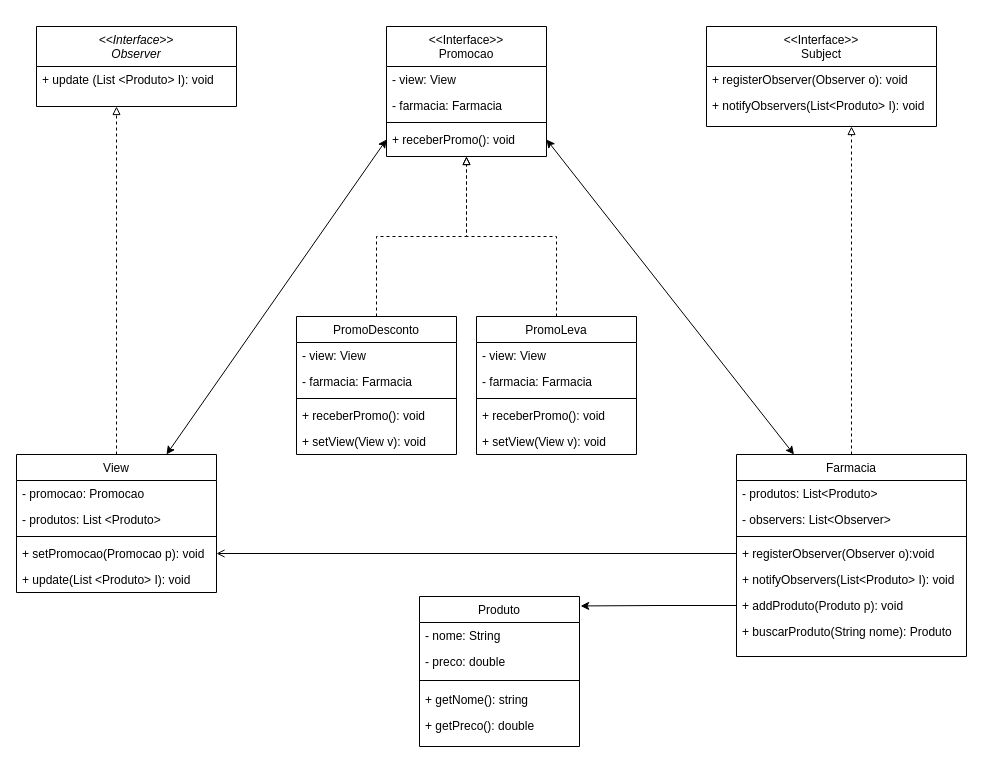
Earlier version of the draw.io diagram ENGENHARIA III/MVC/Diagrama de classe/MVC.drawio (Antonio-Barbosa/Bertoti). Source tidied: cells renumbered, new cells numbered last; positions are measured from the earlier drawing's top-left corner, leaving out a move shared by most shapes. Both pictures are drawn from the tidied source at 100%, with x=0, y=0 at pixel (16, 26).
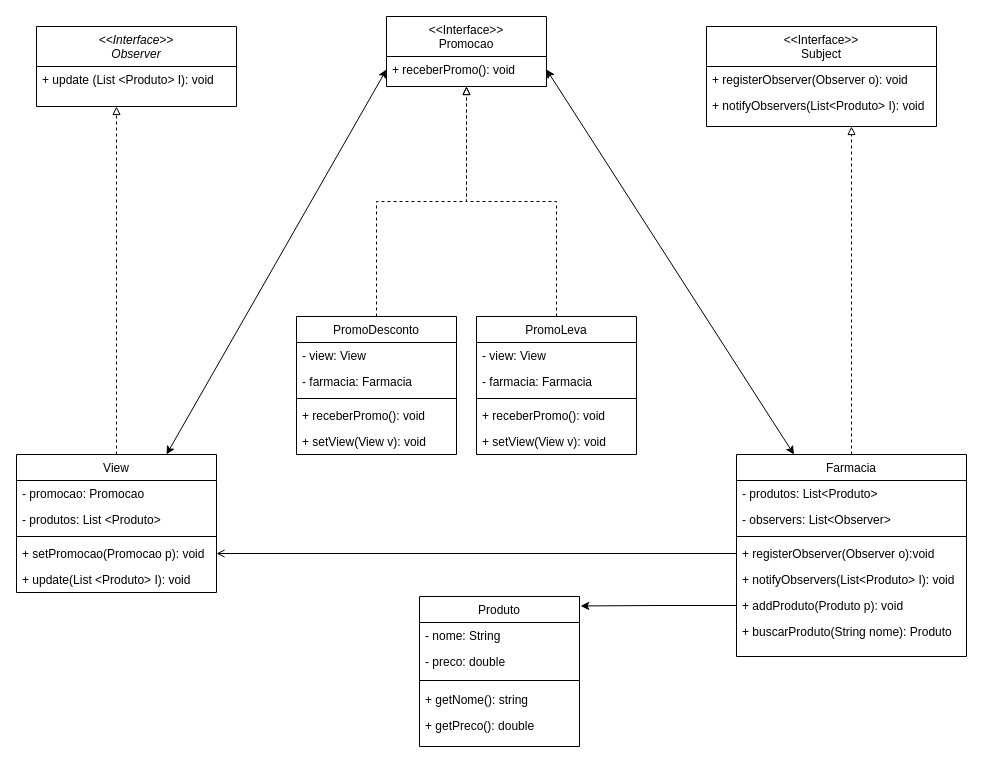
Above is the later version.

What changed in the source:
```diff
@@
     <mxCell id="42" value="&lt;&lt;Interface&gt;&gt;&#10;Promocao" style="swimlane;fontStyle=0;align=center;verticalAlign=top;horizontal=1;startSize=40;rounded=0;shadow=0;strokeWidth=1;" parent="1" vertex="1">
-      <mxGeometry x="370" width="160" height="130" as="geometry" />
+      <mxGeometry x="370" y="-10" width="160" height="70" as="geometry" />
     </mxCell>
-    <mxCell id="43" value="- view: View" style="text;align=left;verticalAlign=top;spacingLeft=4;spacingRight=4;overflow=hidden;" parent="42" vertex="1">
-      <mxGeometry y="40" width="160" height="26" as="geometry" />
-    </mxCell>
-    <mxCell id="44" value="- farmacia: Farmacia" style="text;align=left;verticalAlign=top;spacingLeft=4;spacingRight=4;overflow=hidden;rounded=0;shadow=0;html=0;" parent="42" vertex="1">
-      <mxGeometry y="66" width="160" height="26" as="geometry" />
-    </mxCell>
-    <mxCell id="45" style="line;html=1;strokeWidth=1;align=left;verticalAlign=middle;spacingTop=-1;spacingLeft=3;spacingRight=3;labelPosition=right;" parent="42" vertex="1">
-      <mxGeometry y="92" width="160" height="8" as="geometry" />
-    </mxCell>
     <mxCell id="46" value="+ receberPromo(): void" style="text;align=left;verticalAlign=top;spacingLeft=4;spacingRight=4;overflow=hidden;points=[[0,0.5],[1,0.5]];portConstraint=eastwest;" parent="42" vertex="1">
-      <mxGeometry y="100" width="160" height="26" as="geometry" />
+      <mxGeometry y="40" width="160" height="26" as="geometry" />
     </mxCell>
```
